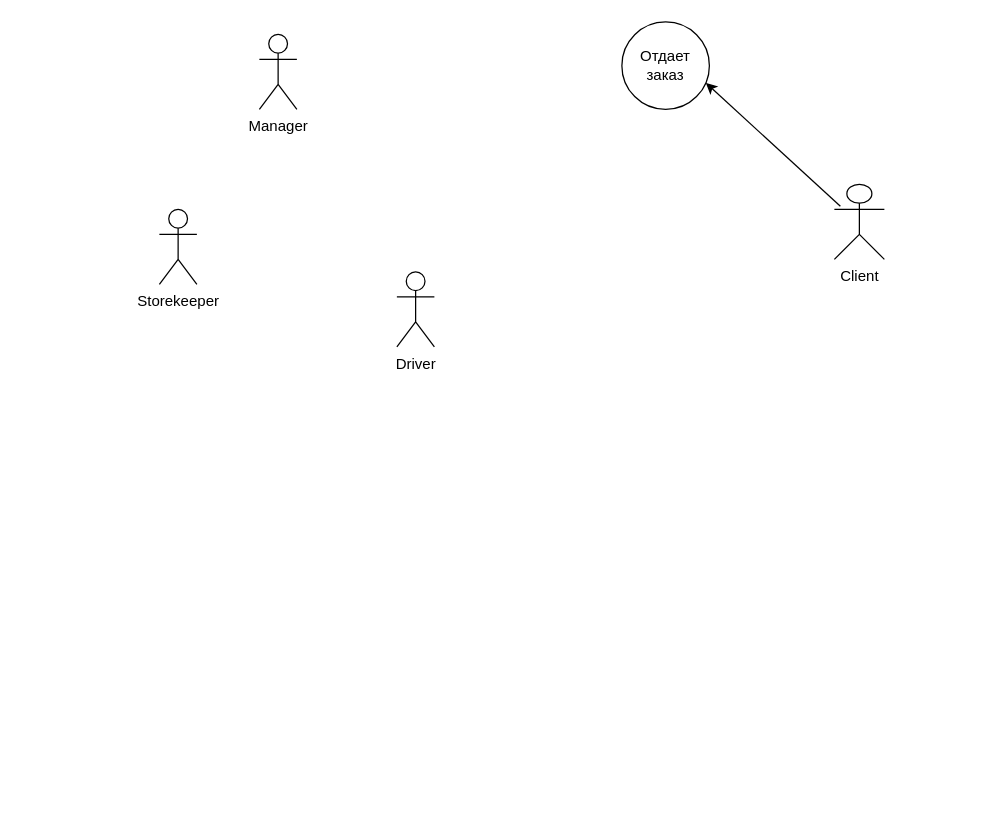
The draw.io diagram page "Диаграмма использования" (2 of 3) of Untitled Diagram.drawio in Sergans/OOPHomeWork, before the edit. Source tidied: cells renumbered, new cells numbered last; positions are measured from the earlier drawing's top-left corner, leaving out a move shared by most shapes. Both pictures are drawn from the tidied source at 125%, with x=0, y=0 at pixel (159, 21).
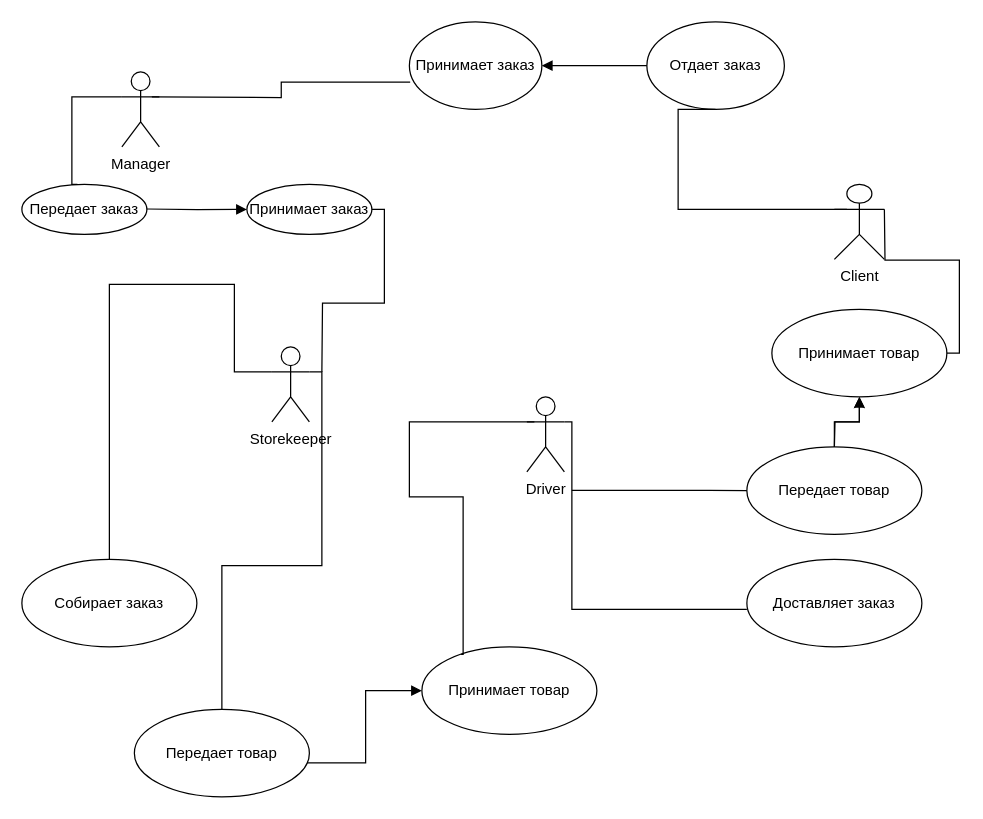
The same page after the edit.

Unchanged cells that the change refers to:
```xml
<mxCell id="2" value="Client" style="shape=umlActor;verticalLabelPosition=bottom;verticalAlign=top;html=1;" parent="1" vertex="1">
  <mxGeometry x="540" y="130" width="40" height="60" as="geometry" />
</mxCell>
```

Change to the diagram source:
```diff
@@
     <mxCell id="3" value="Отдает заказ" style="ellipse;whiteSpace=wrap;html=1;" parent="1" vertex="1">
-      <mxGeometry x="370" width="70" height="70" as="geometry" />
+      <mxGeometry x="390" width="110" height="70" as="geometry" />
     </mxCell>
     <mxCell id="4" value="Manager" style="shape=umlActor;verticalLabelPosition=bottom;verticalAlign=top;html=1;" parent="1" vertex="1">
-      <mxGeometry x="80" y="10" width="30" height="60" as="geometry" />
+      <mxGeometry x="-30" y="40" width="30" height="60" as="geometry" />
     </mxCell>
     <mxCell id="5" value="Storekeeper" style="shape=umlActor;verticalLabelPosition=bottom;verticalAlign=top;html=1;outlineConnect=0;" parent="1" vertex="1">
-      <mxGeometry y="150" width="30" height="60" as="geometry" />
+      <mxGeometry x="90" y="260" width="30" height="60" as="geometry" />
     </mxCell>
     <mxCell id="6" value="Driver" style="shape=umlActor;verticalLabelPosition=bottom;verticalAlign=top;html=1;outlineConnect=0;" parent="1" vertex="1">
-      <mxGeometry x="190" y="200" width="30" height="60" as="geometry" />
+      <mxGeometry x="294" y="300" width="30" height="60" as="geometry" />
     </mxCell>
-    <mxCell id="7" style="endArrow=classic;html=1;rounded=0;entryX=0.96;entryY=0.698;entryDx=0;entryDy=0;entryPerimeter=0;exitX=0.12;exitY=0.292;exitDx=0;exitDy=0;exitPerimeter=0;" parent="1" edge="1" source="2" target="3">
-      <mxGeometry relative="1" as="geometry" />
-    </mxCell>
+    <mxCell id="8" value="Принимает заказ" style="ellipse;whiteSpace=wrap;html=1;" parent="1" vertex="1">
+      <mxGeometry x="200" width="106" height="70" as="geometry" />
+    </mxCell>
+    <mxCell id="9" value="Собирает заказ" style="ellipse;whiteSpace=wrap;html=1;" parent="1" vertex="1">
+      <mxGeometry x="-110" y="430" width="140" height="70" as="geometry" />
+    </mxCell>
+    <mxCell id="10" value="Доставляет заказ" style="ellipse;whiteSpace=wrap;html=1;" parent="1" vertex="1">
+      <mxGeometry x="470" y="430" width="140" height="70" as="geometry" />
+    </mxCell>
+    <mxCell id="11" style="endArrow=none;html=1;edgeStyle=orthogonalEdgeStyle;rounded=0;exitX=0.5;exitY=1;exitDx=0;exitDy=0;" parent="1" edge="1" source="3">
+      <mxGeometry relative="1" as="geometry">
+        <mxPoint x="550" y="150" as="targetPoint" />
+        <Array as="points">
+          <mxPoint x="415" y="70" />
+          <mxPoint x="415" y="150" />
+          <mxPoint x="550" y="150" />
+        </Array>
+      </mxGeometry>
+    </mxCell>
+    <mxCell id="12" style="endArrow=none;html=1;edgeStyle=orthogonalEdgeStyle;rounded=0;entryX=0.006;entryY=0.689;entryDx=0;entryDy=0;entryPerimeter=0;" parent="1" edge="1" target="8">
+      <mxGeometry relative="1" as="geometry">
+        <mxPoint x="-6" y="60" as="sourcePoint" />
+      </mxGeometry>
+    </mxCell>
+    <mxCell id="13" style="endArrow=none;html=1;edgeStyle=orthogonalEdgeStyle;rounded=0;entryX=0;entryY=0.3333333333333333;entryDx=0;entryDy=0;entryPerimeter=0;" parent="1" edge="1" target="5">
+      <mxGeometry relative="1" as="geometry">
+        <mxPoint x="-40" y="430" as="sourcePoint" />
+        <Array as="points">
+          <mxPoint x="-40" y="210" />
+          <mxPoint x="60" y="210" />
+          <mxPoint x="60" y="280" />
+        </Array>
+      </mxGeometry>
+    </mxCell>
+    <mxCell id="14" style="edgeStyle=orthogonalEdgeStyle;rounded=0;jettySize=auto;html=1;" parent="1" edge="1" source="15" target="18">
+      <mxGeometry relative="1" as="geometry" />
+    </mxCell>
+    <mxCell id="15" value="Передает товар" style="ellipse;whiteSpace=wrap;html=1;" parent="1" vertex="1">
+      <mxGeometry x="470" y="340" width="140" height="70" as="geometry" />
+    </mxCell>
+    <mxCell id="16" style="endArrow=none;html=1;edgeStyle=orthogonalEdgeStyle;rounded=0;exitX=1;exitY=0.3333333333333333;exitDx=0;exitDy=0;exitPerimeter=0;" parent="1" edge="1" source="6">
+      <mxGeometry relative="1" as="geometry">
+        <mxPoint x="470" y="470" as="targetPoint" />
+        <Array as="points">
+          <mxPoint x="330" y="320" />
+          <mxPoint x="330" y="470" />
+        </Array>
+      </mxGeometry>
+    </mxCell>
+    <mxCell id="17" value="Передает товар" style="ellipse;whiteSpace=wrap;html=1;" parent="1" vertex="1">
+      <mxGeometry x="-20" y="550" width="140" height="70" as="geometry" />
+    </mxCell>
+    <mxCell id="18" value="Принимает товар" style="ellipse;whiteSpace=wrap;html=1;" parent="1" vertex="1">
+      <mxGeometry x="490" y="230" width="140" height="70" as="geometry" />
+    </mxCell>
+    <mxCell id="19" style="endArrow=none;html=1;edgeStyle=orthogonalEdgeStyle;rounded=0;entryX=1;entryY=0.5;entryDx=0;entryDy=0;" parent="1" edge="1" target="18">
+      <mxGeometry relative="1" as="geometry">
+        <mxPoint x="580" y="150" as="sourcePoint" />
+      </mxGeometry>
+    </mxCell>
+    <mxCell id="20" value="Принимает товар" style="ellipse;whiteSpace=wrap;html=1;" parent="1" vertex="1">
+      <mxGeometry x="210" y="500" width="140" height="70" as="geometry" />
+    </mxCell>
+    <mxCell id="21" style="endArrow=none;html=1;edgeStyle=orthogonalEdgeStyle;rounded=0;exitX=0.224;exitY=0.085;exitDx=0;exitDy=0;exitPerimeter=0;" parent="1" edge="1" source="20">
+      <mxGeometry relative="1" as="geometry">
+        <mxPoint x="300" y="320" as="targetPoint" />
+        <Array as="points">
+          <mxPoint x="243" y="506" />
+          <mxPoint x="243" y="380" />
+          <mxPoint x="200" y="380" />
+          <mxPoint x="200" y="320" />
+        </Array>
+      </mxGeometry>
+    </mxCell>
+    <mxCell id="22" style="endArrow=none;html=1;edgeStyle=orthogonalEdgeStyle;rounded=0;exitX=1;exitY=0.3333333333333333;exitDx=0;exitDy=0;exitPerimeter=0;entryX=0.5;entryY=0;entryDx=0;entryDy=0;" parent="1" edge="1" source="5" target="17">
+      <mxGeometry relative="1" as="geometry" />
+    </mxCell>
+    <mxCell id="23" style="endArrow=none;html=1;edgeStyle=orthogonalEdgeStyle;rounded=0;" parent="1" edge="1">
+      <mxGeometry relative="1" as="geometry">
+        <mxPoint x="330" y="374.7" as="sourcePoint" />
+        <mxPoint x="470" y="375" as="targetPoint" />
+        <Array as="points">
+          <mxPoint x="440" y="375" />
+          <mxPoint x="440" y="375" />
+        </Array>
+      </mxGeometry>
+    </mxCell>
+    <mxCell id="24" value="Передает заказ" style="ellipse;whiteSpace=wrap;html=1;" parent="1" vertex="1">
+      <mxGeometry x="-110" y="130" width="100" height="40" as="geometry" />
+    </mxCell>
+    <mxCell id="25" value="Принимает заказ" style="ellipse;whiteSpace=wrap;html=1;" parent="1" vertex="1">
+      <mxGeometry x="70" y="130" width="100" height="40" as="geometry" />
+    </mxCell>
+    <mxCell id="26" style="endArrow=none;html=1;edgeStyle=orthogonalEdgeStyle;rounded=0;exitX=0.444;exitY=0;exitDx=0;exitDy=0;exitPerimeter=0;" parent="1" edge="1" source="24">
+      <mxGeometry relative="1" as="geometry">
+        <mxPoint x="-30" y="60" as="targetPoint" />
+        <Array as="points">
+          <mxPoint x="-70" y="60" />
+        </Array>
+      </mxGeometry>
+    </mxCell>
+    <mxCell id="27" style="endArrow=none;html=1;edgeStyle=orthogonalEdgeStyle;rounded=0;exitX=1;exitY=0.5;exitDx=0;exitDy=0;" parent="1" edge="1" source="25">
+      <mxGeometry relative="1" as="geometry">
+        <mxPoint x="130" y="280" as="targetPoint" />
+      </mxGeometry>
+    </mxCell>
+    <mxCell id="28" style="endArrow=block;endFill=1;html=1;edgeStyle=orthogonalEdgeStyle;align=left;verticalAlign=top;rounded=0;entryX=0;entryY=0.5;entryDx=0;entryDy=0;" parent="1" edge="1" target="25">
+      <mxGeometry x="-1" relative="1" as="geometry">
+        <mxPoint x="-10" y="149.7" as="sourcePoint" />
+      </mxGeometry>
+    </mxCell>
+    <mxCell id="29" style="endArrow=block;endFill=1;html=1;edgeStyle=orthogonalEdgeStyle;align=left;verticalAlign=top;rounded=0;exitX=0.987;exitY=0.612;exitDx=0;exitDy=0;exitPerimeter=0;" parent="1" edge="1" source="17" target="20">
+      <mxGeometry x="-0.75" y="-10" relative="1" as="geometry" />
+    </mxCell>
+    <mxCell id="30" style="endArrow=block;endFill=1;html=1;edgeStyle=orthogonalEdgeStyle;align=left;verticalAlign=top;rounded=0;entryX=0.5;entryY=1;entryDx=0;entryDy=0;" parent="1" edge="1" target="18">
+      <mxGeometry x="-1" relative="1" as="geometry">
+        <mxPoint x="540" y="340" as="sourcePoint" />
+      </mxGeometry>
+    </mxCell>
+    <mxCell id="31" style="endArrow=block;endFill=1;html=1;edgeStyle=orthogonalEdgeStyle;align=left;verticalAlign=top;rounded=0;exitX=0;exitY=0.5;exitDx=0;exitDy=0;entryX=1;entryY=0.5;entryDx=0;entryDy=0;" parent="1" edge="1" source="3" target="8">
+      <mxGeometry x="-1" relative="1" as="geometry" />
+    </mxCell>
```
